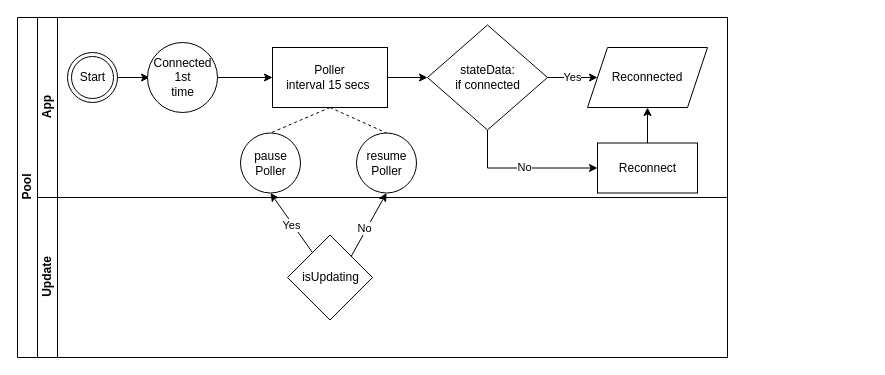
Earlier version of the draw.io diagram Untitled Diagram1.drawio (iHunterX/LocalStore). Source tidied: cells renumbered, new cells numbered last; positions are measured from the earlier drawing's top-left corner, leaving out a move shared by most shapes. Both pictures are drawn from the tidied source at 100%, with x=0, y=0 at pixel (17, 17).
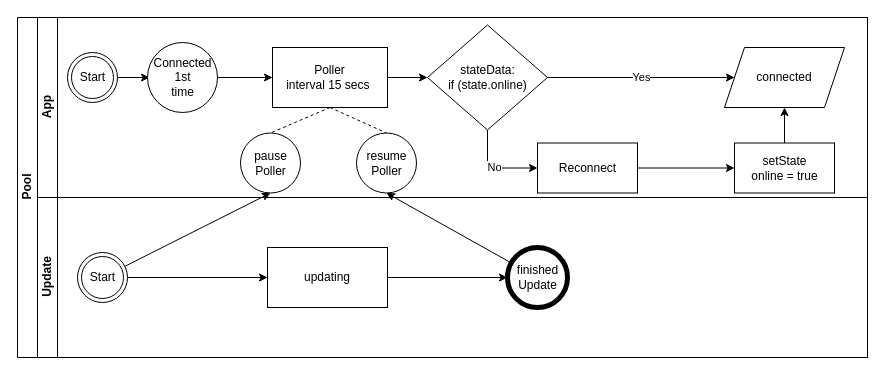
The same page after the edit.

Unchanged cells that the change refers to:
```xml
<mxCell id="13" value="pause &lt;br&gt;Poller" style="shape=ellipse;html=1;dashed=0;whitespace=wrap;perimeter=ellipsePerimeter;align=center;" parent="3" vertex="1">
  <mxGeometry x="203" y="115.5" width="60" height="60" as="geometry" />
</mxCell>
<mxCell id="14" value="resume&lt;br&gt;Poller" style="shape=ellipse;html=1;dashed=0;whitespace=wrap;perimeter=ellipsePerimeter;" parent="3" vertex="1">
  <mxGeometry x="319" y="115.5" width="60" height="60" as="geometry" />
</mxCell>
```

Diff of the diagram source:
```diff
@@
     <mxCell id="2" value="Pool" style="swimlane;html=1;horizontal=0;startSize=20;" parent="1" vertex="1">
-      <mxGeometry width="710" height="340" as="geometry" />
+      <mxGeometry width="850" height="340" as="geometry" />
     </mxCell>
     <mxCell id="3" value="App" style="swimlane;html=1;startSize=20;horizontal=0;" parent="2" vertex="1">
-      <mxGeometry x="20" width="690" height="180" as="geometry" />
+      <mxGeometry x="20" width="830" height="180" as="geometry" />
     </mxCell>
@@
+    <mxCell id="11" value="connected" style="shape=parallelogram;perimeter=parallelogramPerimeter;whiteSpace=wrap;html=1;fixedSize=1;dashed=0;" parent="3" vertex="1">
+      <mxGeometry x="687" y="30" width="120" height="60" as="geometry" />
+    </mxCell>
-    <mxCell id="8" value="stateData:&lt;br&gt;if connected" style="shape=rhombus;html=1;dashed=0;whitespace=wrap;perimeter=rhombusPerimeter;" parent="3" vertex="1">
+    <mxCell id="8" value="stateData:&lt;br&gt;if (state.online)" style="shape=rhombus;html=1;dashed=0;whitespace=wrap;perimeter=rhombusPerimeter;" parent="3" vertex="1">
       <mxGeometry x="390" y="7.5" width="120" height="105" as="geometry" />
     </mxCell>
@@
-    <mxCell id="11" value="Reconnected" style="shape=parallelogram;perimeter=parallelogramPerimeter;whiteSpace=wrap;html=1;fixedSize=1;dashed=0;" parent="3" vertex="1">
-      <mxGeometry x="550" y="30" width="120" height="60" as="geometry" />
-    </mxCell>
-    <mxCell id="12" style="edgeStyle=orthogonalEdgeStyle;rounded=0;jettySize=auto;html=1;exitX=0.5;exitY=0;exitDx=0;exitDy=0;entryX=0.5;entryY=1;entryDx=0;entryDy=0;" parent="3" edge="1" source="15" target="11">
-      <mxGeometry relative="1" as="geometry" />
-    </mxCell>
+    <mxCell id="27" style="edgeStyle=none;rounded=0;jettySize=auto;html=1;entryX=0.5;entryY=1;entryDx=0;entryDy=0;endArrow=classic;endFill=1;" parent="3" edge="1" source="28" target="11">
+      <mxGeometry relative="1" as="geometry" />
+    </mxCell>
+    <mxCell id="28" value="setState&lt;br&gt;online = true" style="html=1;dashed=0;whitespace=wrap;" parent="3" vertex="1">
+      <mxGeometry x="697" y="125.5" width="100" height="50" as="geometry" />
+    </mxCell>
@@
     <mxCell id="15" value="Reconnect" style="html=1;dashed=0;whitespace=wrap;" parent="3" vertex="1">
-      <mxGeometry x="560" y="125.5" width="100" height="50" as="geometry" />
+      <mxGeometry x="500" y="125.5" width="100" height="50" as="geometry" />
     </mxCell>
+    <mxCell id="29" style="edgeStyle=none;rounded=0;jettySize=auto;html=1;endArrow=classic;endFill=1;" parent="3" edge="1" source="15" target="28">
+      <mxGeometry relative="1" as="geometry" />
+    </mxCell>
+    <mxCell id="30" style="edgeStyle=none;rounded=0;jettySize=auto;html=1;entryX=0.5;entryY=1;entryDx=0;entryDy=0;endArrow=classic;endFill=1;" parent="2" edge="1" source="33" target="13">
+      <mxGeometry relative="1" as="geometry" />
+    </mxCell>
     <mxCell id="16" value="Update" style="swimlane;html=1;startSize=20;horizontal=0;" parent="2" vertex="1">
-      <mxGeometry x="20" y="180" width="690" height="160" as="geometry" />
+      <mxGeometry x="20" y="180" width="830" height="160" as="geometry" />
     </mxCell>
-    <mxCell id="17" value="isUpdating" style="shape=rhombus;html=1;dashed=0;whitespace=wrap;perimeter=rhombusPerimeter;" parent="16" vertex="1">
-      <mxGeometry x="250" y="37.5" width="85" height="85" as="geometry" />
-    </mxCell>
-    <mxCell id="18" style="edgeStyle=none;rounded=0;jettySize=auto;html=1;entryX=0.5;entryY=1;entryDx=0;entryDy=0;endArrow=classic;endFill=1;" parent="2" edge="1" source="17" target="13">
-      <mxGeometry relative="1" as="geometry" />
-    </mxCell>
-    <mxCell id="19" value="Yes" style="edgeLabel;html=1;align=center;verticalAlign=middle;" parent="18" vertex="1">
-      <mxGeometry x="-0.05" y="1" relative="1" as="geometry" />
-    </mxCell>
-    <mxCell id="20" style="edgeStyle=none;rounded=0;jettySize=auto;html=1;exitX=1;exitY=0;exitDx=0;exitDy=0;entryX=0.5;entryY=1;entryDx=0;entryDy=0;endArrow=classic;endFill=1;" parent="2" edge="1" source="17" target="14">
-      <mxGeometry relative="1" as="geometry" />
-    </mxCell>
-    <mxCell id="21" value="No" style="edgeLabel;html=1;align=center;verticalAlign=middle;" parent="20" vertex="1">
-      <mxGeometry x="-0.14" y="3" relative="1" as="geometry" />
-    </mxCell>
+    <mxCell id="31" style="edgeStyle=none;rounded=0;jettySize=auto;html=1;entryX=0;entryY=0.5;entryDx=0;entryDy=0;endArrow=classic;endFill=1;" parent="16" edge="1" source="32" target="35">
+      <mxGeometry relative="1" as="geometry" />
+    </mxCell>
+    <mxCell id="32" value="updating" style="whiteSpace=wrap;html=1;dashed=0;" parent="16" vertex="1">
+      <mxGeometry x="230" y="50" width="120" height="60" as="geometry" />
+    </mxCell>
+    <mxCell id="33" value="Start" style="ellipse;shape=doubleEllipse;html=1;dashed=0;whitespace=wrap;" parent="16" vertex="1">
+      <mxGeometry x="40" y="55" width="50" height="50" as="geometry" />
+    </mxCell>
+    <mxCell id="34" style="edgeStyle=none;rounded=0;jettySize=auto;html=1;endArrow=classic;endFill=1;" parent="16" edge="1" source="33" target="32">
+      <mxGeometry relative="1" as="geometry" />
+    </mxCell>
+    <mxCell id="35" value="finished&lt;br&gt;Update" style="shape=ellipse;html=1;dashed=0;whitespace=wrap;strokeWidth=5;perimeter=ellipsePerimeter;" parent="16" vertex="1">
+      <mxGeometry x="470" y="50" width="60" height="60" as="geometry" />
+    </mxCell>
+    <mxCell id="36" style="edgeStyle=none;rounded=0;jettySize=auto;html=1;entryX=0.5;entryY=1;entryDx=0;entryDy=0;endArrow=classic;endFill=1;" parent="2" edge="1" source="35" target="14">
+      <mxGeometry relative="1" as="geometry" />
+    </mxCell>
```
